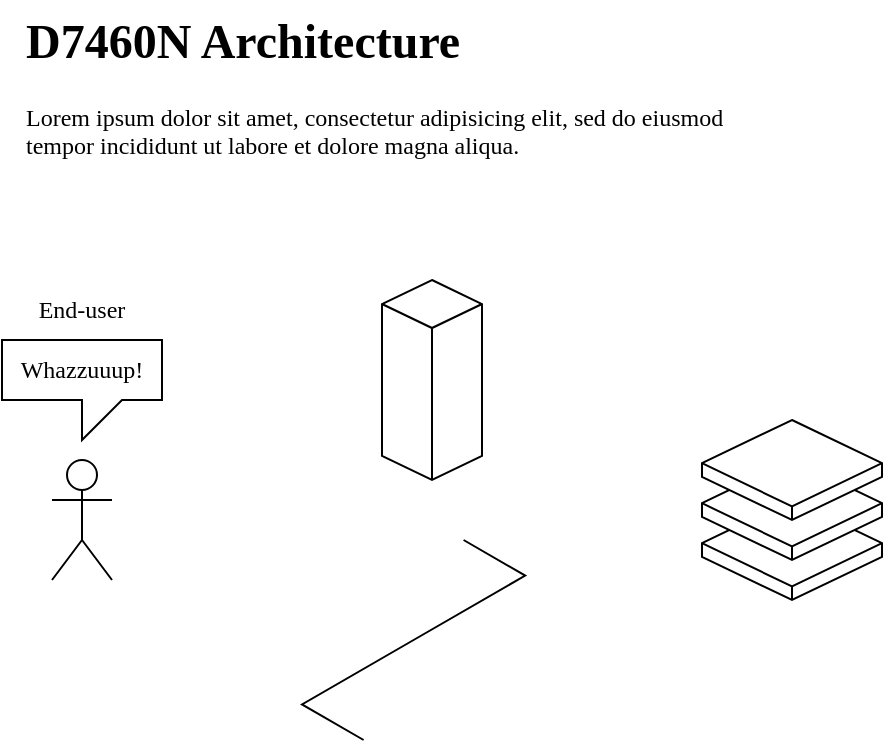
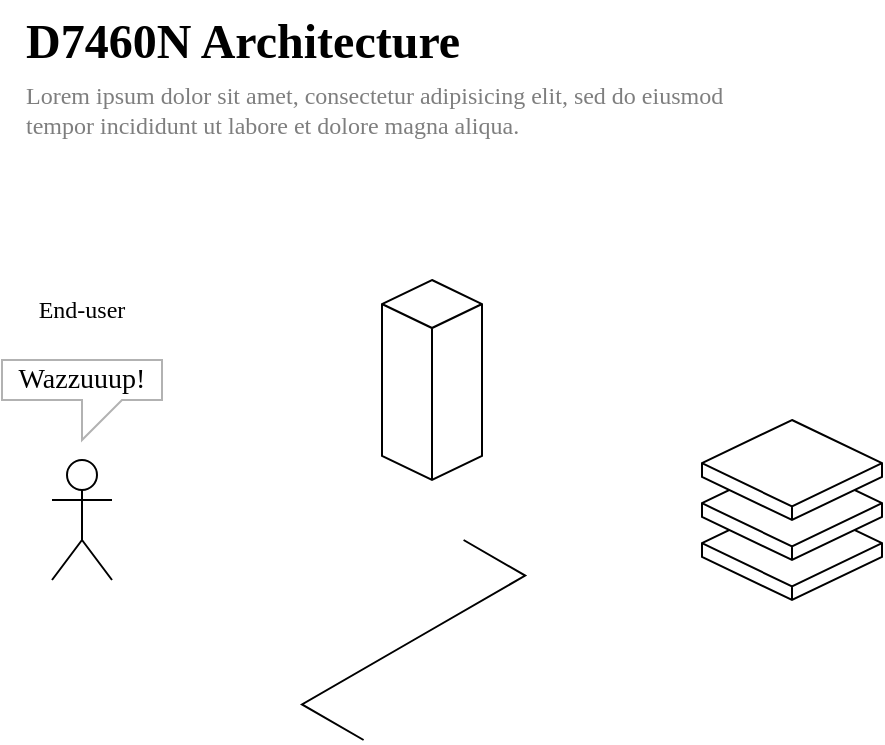
<mxfile host="app.diagrams.net">
  <diagram name="Page-1" id="1L3lwdz5k8RD5xpfTW7Q">
-     <mxGraphModel dx="2040" dy="1283" grid="1" gridSize="10" guides="1" tooltips="1" connect="1" arrows="1" fold="1" page="1" pageScale="1" pageWidth="850" pageHeight="1100" math="0" shadow="0">
+     <mxGraphModel dx="971" dy="611" grid="1" gridSize="10" guides="1" tooltips="1" connect="1" arrows="1" fold="1" page="1" pageScale="1" pageWidth="850" pageHeight="1100" math="0" shadow="0">
      <root>
        <mxCell id="0" />
        <mxCell id="1" parent="0" />
-         <mxCell id="LfbMUPxPE-MoH8NiE-iL-1" parent="1" style="text;html=1;whiteSpace=wrap;overflow=hidden;rounded=0;fontFamily=Oxanium;fontSource=https%3A%2F%2Ffonts.googleapis.com%2Fcss%3Ffamily%3DOxanium;" value="&lt;h1 style=&quot;margin-top: 0px;&quot;&gt;D7460N Architecture&lt;/h1&gt;&lt;p&gt;Lorem ipsum dolor sit amet, consectetur adipisicing elit, sed do eiusmod tempor incididunt ut labore et dolore magna aliqua.&lt;/p&gt;" vertex="1">
-           <mxGeometry height="120" width="360" x="40" y="40" as="geometry" />
+         <mxCell id="LfbMUPxPE-MoH8NiE-iL-1" parent="1" style="text;html=1;whiteSpace=wrap;overflow=hidden;rounded=0;fontFamily=Oxanium;fontSource=https%3A%2F%2Ffonts.googleapis.com%2Fcss%3Ffamily%3DOxanium;" value="&lt;h1 style=&quot;margin-top: 0px;&quot;&gt;D7460N Architecture&lt;/h1&gt;" vertex="1">
+           <mxGeometry height="40" width="250" x="40" y="40" as="geometry" />
        </mxCell>
        <mxCell id="LfbMUPxPE-MoH8NiE-iL-2" parent="1" style="shape=umlActor;verticalLabelPosition=bottom;verticalAlign=top;html=1;outlineConnect=0;fontFamily=Oxanium;fontSource=https%3A%2F%2Ffonts.googleapis.com%2Fcss%3Ffamily%3DOxanium;" value="" vertex="1">
          <mxGeometry height="60" width="30" x="55" y="270" as="geometry" />
        </mxCell>
        <mxCell id="LfbMUPxPE-MoH8NiE-iL-3" parent="1" style="text;html=1;whiteSpace=wrap;strokeColor=none;fillColor=none;align=center;verticalAlign=middle;rounded=0;fontFamily=Oxanium;fontSource=https%3A%2F%2Ffonts.googleapis.com%2Fcss%3Ffamily%3DOxanium;" value="End-user" vertex="1">
          <mxGeometry height="30" width="60" x="40" y="180" as="geometry" />
        </mxCell>
        <mxCell id="LfbMUPxPE-MoH8NiE-iL-7" parent="1" style="html=1;whiteSpace=wrap;shape=isoCube2;backgroundOutline=1;isoAngle=15;fontFamily=Oxanium;fontSource=https%3A%2F%2Ffonts.googleapis.com%2Fcss%3Ffamily%3DOxanium;" value="" vertex="1">
          <mxGeometry height="50" width="90" x="380" y="290" as="geometry" />
        </mxCell>
        <mxCell id="LfbMUPxPE-MoH8NiE-iL-8" parent="1" style="html=1;whiteSpace=wrap;shape=isoCube2;backgroundOutline=1;isoAngle=15;fontFamily=Oxanium;fontSource=https%3A%2F%2Ffonts.googleapis.com%2Fcss%3Ffamily%3DOxanium;" value="" vertex="1">
          <mxGeometry height="50" width="90" x="380" y="270" as="geometry" />
        </mxCell>
        <mxCell id="LfbMUPxPE-MoH8NiE-iL-9" parent="1" style="html=1;whiteSpace=wrap;shape=isoCube2;backgroundOutline=1;isoAngle=15;fontFamily=Oxanium;fontSource=https%3A%2F%2Ffonts.googleapis.com%2Fcss%3Ffamily%3DOxanium;" value="" vertex="1">
          <mxGeometry height="50" width="90" x="380" y="250" as="geometry" />
        </mxCell>
        <mxCell id="vN-JYQFVEooeD03goyw9-2" parent="1" style="html=1;whiteSpace=wrap;shape=isoCube2;backgroundOutline=1;isoAngle=15;fontFamily=Oxanium;fontSource=https%3A%2F%2Ffonts.googleapis.com%2Fcss%3Ffamily%3DOxanium;" value="" vertex="1">
          <mxGeometry height="100" width="50" x="220" y="180" as="geometry" />
        </mxCell>
        <mxCell id="vN-JYQFVEooeD03goyw9-3" edge="1" parent="1" style="edgeStyle=isometricEdgeStyle;endArrow=none;html=1;elbow=vertical;rounded=0;" value="">
          <mxGeometry height="100" relative="1" width="50" as="geometry">
            <mxPoint x="210.8" y="410" as="sourcePoint" />
            <mxPoint x="260.8" y="310" as="targetPoint" />
          </mxGeometry>
        </mxCell>
-         <mxCell id="vN-JYQFVEooeD03goyw9-4" parent="1" style="shape=callout;whiteSpace=wrap;html=1;perimeter=calloutPerimeter;position2=0.5;size=20;position=0.5;fontFamily=Oxanium;fontSource=https%3A%2F%2Ffonts.googleapis.com%2Fcss%3Ffamily%3DOxanium;autosizeText=1;fontSize=12;" value="Whazzuuup!" vertex="1">
-           <mxGeometry height="50" width="80" x="30" y="210" as="geometry" />
+         <mxCell id="vN-JYQFVEooeD03goyw9-4" parent="1" style="shape=callout;whiteSpace=wrap;html=1;perimeter=calloutPerimeter;position2=0.5;size=20;position=0.5;fontFamily=Oxanium;fontSource=https%3A%2F%2Ffonts.googleapis.com%2Fcss%3Ffamily%3DOxanium;autosizeText=1;fontSize=14;opacity=30;" value="Wazzuuup!" vertex="1">
+           <mxGeometry height="40" width="80" x="30" y="220" as="geometry" />
+         </mxCell>
+         <mxCell id="-z0_abtDp8Hiw1sDU8dF-1" parent="1" style="text;html=1;whiteSpace=wrap;strokeColor=none;fillColor=none;align=left;verticalAlign=middle;rounded=0;opacity=50;textOpacity=50;" value="&lt;span style=&quot;font-family: Oxanium;&quot;&gt;Lorem ipsum dolor sit amet, consectetur adipisicing elit, sed do eiusmod tempor incididunt ut labore et dolore magna aliqua.&lt;/span&gt;" vertex="1">
+           <mxGeometry height="30" width="380" x="40" y="80" as="geometry" />
        </mxCell>
      </root>
    </mxGraphModel>
  </diagram>
</mxfile>
